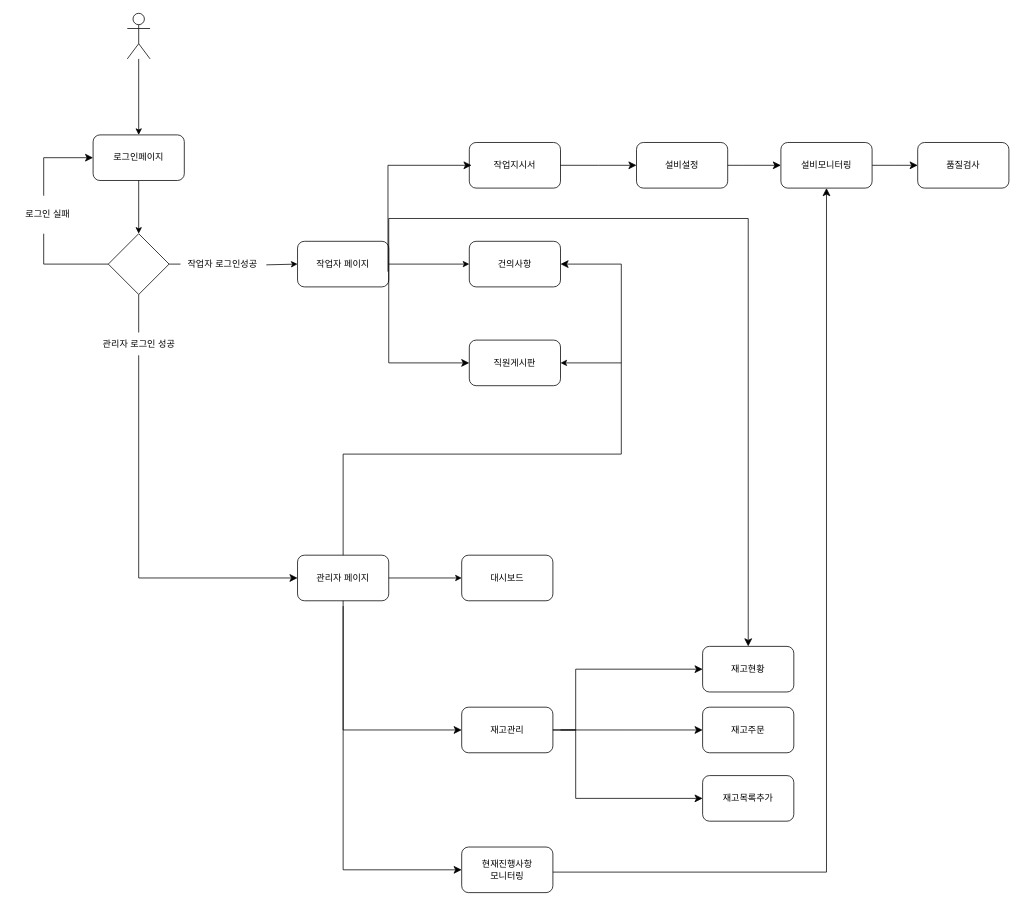
Earlier version of the draw.io diagram 제목 없는 다이어그램2.drawio (jjh053/Unchild). Source tidied: cells renumbered, new cells numbered last; positions are measured from the earlier drawing's top-left corner, leaving out a move shared by most shapes. Both pictures are drawn from the tidied source at 76%, with x=0, y=0 at pixel (13, 13).
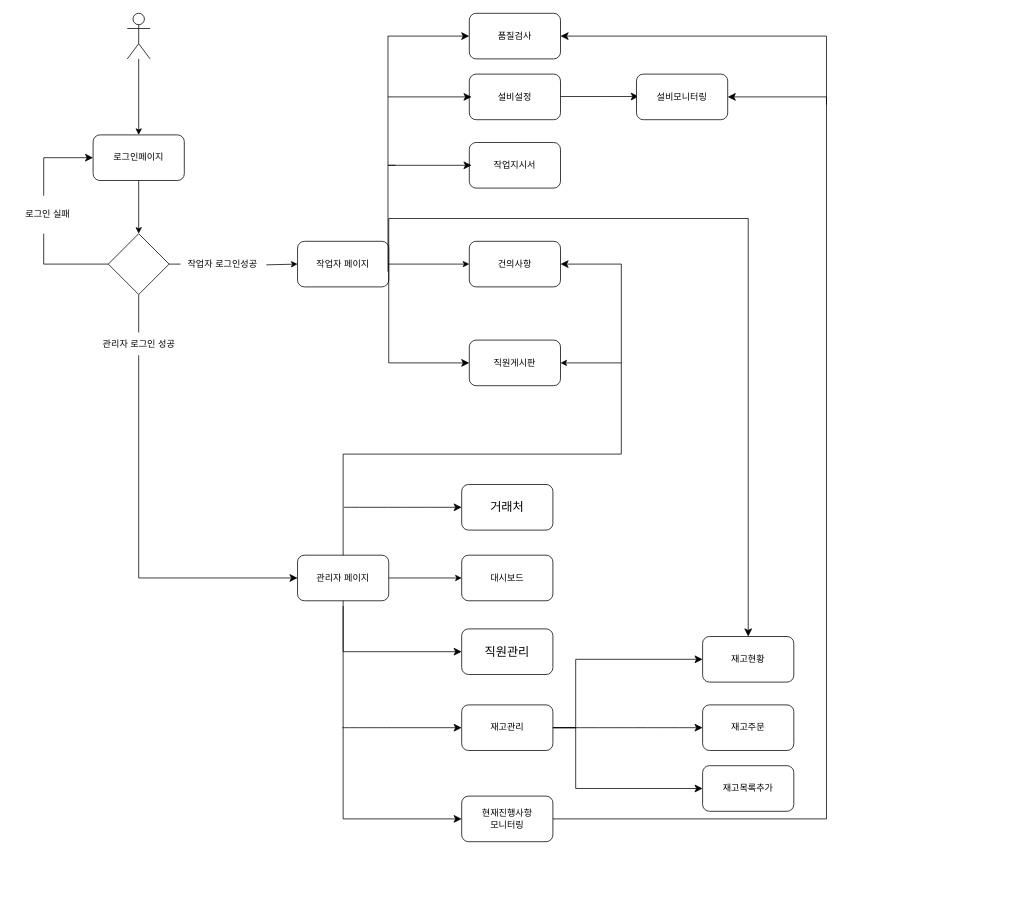
The same diagram, later.

Commit message:
제목 없는 다이어그램2.drawio이 추가되었습니다.

The change refers to these unchanged cells:
```xml
<mxCell id="13" value="작업지시서" style="rounded=1;whiteSpace=wrap;html=1;" parent="1" vertex="1">
  <mxGeometry x="600" y="170" width="120" height="60" as="geometry" />
</mxCell>
<mxCell id="23" value="관리자 페이지" style="rounded=1;whiteSpace=wrap;html=1;" parent="1" vertex="1">
  <mxGeometry x="374" y="713" width="120" height="60" as="geometry" />
</mxCell>
```

Diff of the diagram source:
```diff
@@
     <mxCell id="14" value="품질검사" style="rounded=1;whiteSpace=wrap;html=1;" parent="1" vertex="1">
-      <mxGeometry x="1190" y="170" width="120" height="60" as="geometry" />
+      <mxGeometry x="600" width="120" height="60" as="geometry" />
     </mxCell>
@@
     <mxCell id="25" value="현재진행사항&lt;br&gt;모니터링" style="rounded=1;whiteSpace=wrap;html=1;" parent="1" vertex="1">
-      <mxGeometry x="590" y="1097" width="120" height="60" as="geometry" />
+      <mxGeometry x="590" y="1030" width="120" height="60" as="geometry" />
     </mxCell>
     <mxCell id="26" value="재고관리" style="rounded=1;whiteSpace=wrap;html=1;" parent="1" vertex="1">
-      <mxGeometry x="590" y="913" width="120" height="60" as="geometry" />
+      <mxGeometry x="590" y="910" width="120" height="60" as="geometry" />
     </mxCell>
     <mxCell id="27" value="재고현황" style="rounded=1;whiteSpace=wrap;html=1;" parent="1" vertex="1">
-      <mxGeometry x="907" y="833" width="120" height="60" as="geometry" />
+      <mxGeometry x="907" y="820" width="120" height="60" as="geometry" />
     </mxCell>
     <mxCell id="28" value="재고주문" style="rounded=1;whiteSpace=wrap;html=1;" parent="1" vertex="1">
-      <mxGeometry x="907" y="913" width="120" height="60" as="geometry" />
+      <mxGeometry x="907" y="910" width="120" height="60" as="geometry" />
     </mxCell>
     <mxCell id="29" value="재고목록추가" style="rounded=1;whiteSpace=wrap;html=1;" parent="1" vertex="1">
-      <mxGeometry x="907" y="1003" width="120" height="60" as="geometry" />
+      <mxGeometry x="907" y="990" width="120" height="60" as="geometry" />
     </mxCell>
@@
-    <mxCell id="31" style="edgeStyle=elbowEdgeStyle;elbow=horizontal;endArrow=classic;html=1;curved=0;rounded=0;endSize=8;startSize=8;entryX=0;entryY=0.5;entryDx=0;entryDy=0;" parent="1" edge="1" target="28">
-      <mxGeometry relative="1" as="geometry">
-        <mxPoint x="720" y="943" as="sourcePoint" />
-      </mxGeometry>
-    </mxCell>
@@
-    <mxCell id="33" style="edgeStyle=elbowEdgeStyle;elbow=vertical;endArrow=classic;html=1;curved=0;rounded=0;endSize=8;startSize=8;exitX=0.5;exitY=1;exitDx=0;exitDy=0;entryX=0;entryY=0.5;entryDx=0;entryDy=0;" parent="1" edge="1" source="23" target="26">
-      <mxGeometry relative="1" as="geometry">
-        <Array as="points">
-          <mxPoint x="460" y="943" />
-        </Array>
-      </mxGeometry>
-    </mxCell>
@@
     <mxCell id="35" style="edgeStyle=elbowEdgeStyle;elbow=vertical;endArrow=classic;html=1;curved=0;rounded=0;endSize=8;startSize=8;exitX=0.5;exitY=1;exitDx=0;exitDy=0;entryX=0;entryY=0.5;entryDx=0;entryDy=0;" parent="1" edge="1" target="25">
       <mxGeometry relative="1" as="geometry">
         <mxPoint x="434" y="780" as="sourcePoint" />
         <Array as="points">
-          <mxPoint x="460" y="1127" />
+          <mxPoint x="520" y="1060" />
         </Array>
       </mxGeometry>
     </mxCell>
@@
-    <mxCell id="37" style="edgeStyle=elbowEdgeStyle;elbow=horizontal;endArrow=classic;html=1;curved=0;rounded=0;endSize=8;startSize=8;entryX=0;entryY=0.5;entryDx=0;entryDy=0;exitX=1;exitY=0.5;exitDx=0;exitDy=0;exitPerimeter=0;" parent="1" edge="1" source="43" target="14">
-      <mxGeometry relative="1" as="geometry" />
-    </mxCell>
@@
-    <mxCell id="42" style="edgeStyle=elbowEdgeStyle;elbow=horizontal;endArrow=classic;html=1;curved=0;rounded=0;endSize=8;startSize=8;entryX=0;entryY=0.5;entryDx=0;entryDy=0;exitX=1;exitY=0.5;exitDx=0;exitDy=0;exitPerimeter=0;" parent="1" edge="1" target="43">
+    <mxCell id="42" style="edgeStyle=elbowEdgeStyle;elbow=horizontal;endArrow=classic;html=1;curved=0;rounded=0;endSize=8;startSize=8;entryX=0;entryY=0.5;entryDx=0;entryDy=0;exitX=1;exitY=0.5;exitDx=0;exitDy=0;exitPerimeter=0;" parent="1" edge="1">
       <mxGeometry relative="1" as="geometry">
-        <mxPoint x="907" y="200" as="sourcePoint" />
+        <mxPoint x="720" y="109.5" as="sourcePoint" />
+        <mxPoint x="823" y="109.5" as="targetPoint" />
       </mxGeometry>
     </mxCell>
     <mxCell id="43" value="설비모니터링" style="rounded=1;whiteSpace=wrap;html=1;" parent="1" vertex="1">
-      <mxGeometry x="1010" y="170" width="120" height="60" as="geometry" />
+      <mxGeometry x="820" y="80" width="120" height="60" as="geometry" />
     </mxCell>
-    <mxCell id="44" style="edgeStyle=elbowEdgeStyle;elbow=horizontal;endArrow=classic;html=1;curved=0;rounded=0;endSize=8;startSize=8;entryX=0;entryY=0.5;entryDx=0;entryDy=0;exitX=1;exitY=0.5;exitDx=0;exitDy=0;exitPerimeter=0;" parent="1" edge="1" source="13" target="45">
-      <mxGeometry relative="1" as="geometry" />
-    </mxCell>
     <mxCell id="45" value="설비설정" style="rounded=1;whiteSpace=wrap;html=1;" parent="1" vertex="1">
-      <mxGeometry x="820" y="170" width="120" height="60" as="geometry" />
+      <mxGeometry x="600" y="80" width="120" height="60" as="geometry" />
     </mxCell>
-    <mxCell id="46" style="edgeStyle=segmentEdgeStyle;endArrow=classic;html=1;curved=0;rounded=0;endSize=8;startSize=8;entryX=0.5;entryY=1;entryDx=0;entryDy=0;" parent="1" edge="1" target="43">
+    <mxCell id="46" style="edgeStyle=segmentEdgeStyle;endArrow=classic;html=1;curved=0;rounded=0;endSize=8;startSize=8;entryX=1;entryY=0.5;entryDx=0;entryDy=0;" parent="1" edge="1" target="43">
       <mxGeometry relative="1" as="geometry">
-        <mxPoint x="710" y="1130" as="sourcePoint" />
+        <mxPoint x="710" y="1060" as="sourcePoint" />
         <Array as="points">
-          <mxPoint x="1070" y="1130" />
+          <mxPoint x="1070" y="1060" />
+          <mxPoint x="1070" y="110" />
         </Array>
       </mxGeometry>
     </mxCell>
+    <mxCell id="47" value="직원관리" style="rounded=1;whiteSpace=wrap;html=1;fontSize=16;" parent="1" vertex="1">
+      <mxGeometry x="590" y="810" width="120" height="60" as="geometry" />
+    </mxCell>
+    <mxCell id="48" style="edgeStyle=segmentEdgeStyle;endArrow=classic;html=1;curved=0;rounded=0;endSize=8;startSize=8;fontSize=12;entryX=0;entryY=0.5;entryDx=0;entryDy=0;exitX=0.5;exitY=1;exitDx=0;exitDy=0;" parent="1" edge="1" source="23" target="47">
+      <mxGeometry relative="1" as="geometry">
+        <Array as="points">
+          <mxPoint x="434" y="840" />
+        </Array>
+      </mxGeometry>
+    </mxCell>
+    <mxCell id="49" style="endArrow=classic;html=1;rounded=0;fontSize=12;startSize=8;endSize=8;curved=1;entryX=0;entryY=0.5;entryDx=0;entryDy=0;exitX=1;exitY=0.5;exitDx=0;exitDy=0;" parent="1" edge="1" source="26" target="28">
+      <mxGeometry relative="1" as="geometry" />
+    </mxCell>
+    <mxCell id="50" style="endArrow=classic;html=1;rounded=0;fontSize=12;startSize=8;endSize=8;curved=1;entryX=0;entryY=0.5;entryDx=0;entryDy=0;" parent="1" edge="1" target="26">
+      <mxGeometry relative="1" as="geometry">
+        <mxPoint x="433" y="940" as="sourcePoint" />
+      </mxGeometry>
+    </mxCell>
+    <mxCell id="51" style="edgeStyle=segmentEdgeStyle;endArrow=classic;html=1;curved=0;rounded=0;endSize=8;startSize=8;fontSize=12;entryX=0;entryY=0.5;entryDx=0;entryDy=0;" parent="1" edge="1">
+      <mxGeometry relative="1" as="geometry">
+        <mxPoint x="503" y="200" as="sourcePoint" />
+        <mxPoint x="603" y="110" as="targetPoint" />
+        <Array as="points">
+          <mxPoint x="493" y="200" />
+          <mxPoint x="493" y="110" />
+        </Array>
+      </mxGeometry>
+    </mxCell>
+    <mxCell id="52" value="거래처" style="rounded=1;whiteSpace=wrap;html=1;fontSize=16;" parent="1" vertex="1">
+      <mxGeometry x="590" y="620" width="120" height="60" as="geometry" />
+    </mxCell>
+    <mxCell id="53" style="endArrow=classic;html=1;rounded=0;fontSize=12;startSize=8;endSize=8;curved=1;" parent="1" edge="1" target="52">
+      <mxGeometry relative="1" as="geometry">
+        <mxPoint x="435" y="650" as="sourcePoint" />
+      </mxGeometry>
+    </mxCell>
+    <mxCell id="54" style="edgeStyle=segmentEdgeStyle;endArrow=classic;html=1;curved=0;rounded=0;endSize=8;startSize=8;fontSize=12;entryX=0;entryY=0.5;entryDx=0;entryDy=0;" parent="1" edge="1" target="14">
+      <mxGeometry relative="1" as="geometry">
+        <mxPoint x="493" y="110" as="sourcePoint" />
+        <Array as="points">
+          <mxPoint x="493" y="30" />
+        </Array>
+      </mxGeometry>
+    </mxCell>
+    <mxCell id="55" style="edgeStyle=segmentEdgeStyle;endArrow=classic;html=1;curved=0;rounded=0;endSize=8;startSize=8;fontSize=12;" parent="1" edge="1" target="14">
+      <mxGeometry relative="1" as="geometry">
+        <mxPoint x="1070" y="120" as="sourcePoint" />
+        <Array as="points">
+          <mxPoint x="1070" y="30" />
+        </Array>
+      </mxGeometry>
+    </mxCell>
```
